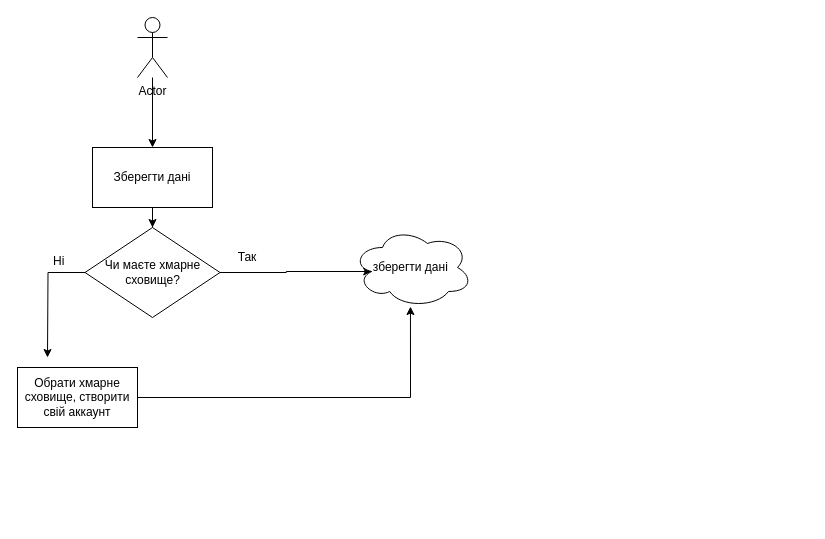
Earlier version of the draw.io diagram Untitled Diagram.drawio (Anna1209z/UML1). Source tidied: cells renumbered, new cells numbered last; positions are measured from the earlier drawing's top-left corner, leaving out a move shared by most shapes. Both pictures are drawn from the tidied source at 100%, with x=0, y=0 at pixel (17, 17).
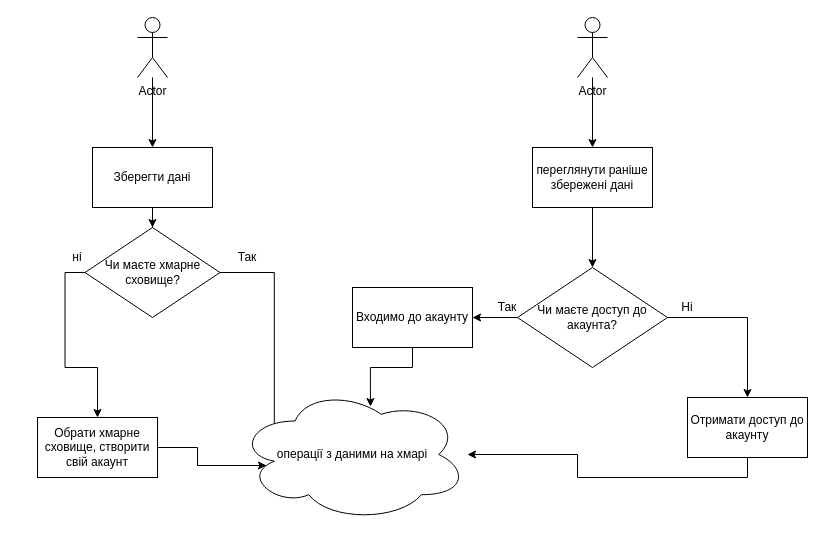
Above is the later version.

Unchanged cells that the change refers to:
```xml
<mxCell id="8" value="Чи маєте хмарне сховище?" style="rhombus;whiteSpace=wrap;html=1;" parent="1" vertex="1">
  <mxGeometry x="67.5" y="210" width="135" height="90" as="geometry" />
</mxCell>
```

Diff of the diagram source:
```diff
@@
-    <mxCell id="6" style="edgeStyle=orthogonalEdgeStyle;rounded=0;jettySize=auto;html=1;" parent="1" edge="1" source="8">
-      <mxGeometry relative="1" as="geometry">
-        <mxPoint x="30" y="340" as="targetPoint" />
-      </mxGeometry>
+    <mxCell id="6" style="edgeStyle=orthogonalEdgeStyle;rounded=0;jettySize=auto;html=1;entryX=0.5;entryY=0;entryDx=0;entryDy=0;exitX=0;exitY=0.5;exitDx=0;exitDy=0;" parent="1" edge="1" source="8" target="12">
+      <mxGeometry relative="1" as="geometry" />
     </mxCell>
@@
-    <mxCell id="9" value="Ні" style="text;strokeColor=none;fillColor=none;align=left;verticalAlign=top;spacingLeft=4;spacingRight=4;overflow=hidden;" parent="1" vertex="1">
-      <mxGeometry x="30" y="230" width="60" height="26" as="geometry" />
-    </mxCell>
@@
-    <mxCell id="11" style="edgeStyle=orthogonalEdgeStyle;rounded=0;jettySize=auto;html=1;entryX=0.483;entryY=0.988;entryDx=0;entryDy=0;entryPerimeter=0;" parent="1" edge="1" source="12" target="13">
+    <mxCell id="11" style="edgeStyle=orthogonalEdgeStyle;rounded=0;jettySize=auto;html=1;entryX=0.126;entryY=0.582;entryDx=0;entryDy=0;entryPerimeter=0;" parent="1" edge="1" source="12" target="13">
       <mxGeometry relative="1" as="geometry" />
     </mxCell>
-    <mxCell id="12" value="Обрати хмарне сховище, створити свій аккаунт" style="rounded=0;whiteSpace=wrap;html=1;" parent="1" vertex="1">
-      <mxGeometry y="350" width="120" height="60" as="geometry" />
+    <mxCell id="12" value="Обрати хмарне сховище, створити свій акаунт" style="rounded=0;whiteSpace=wrap;html=1;" parent="1" vertex="1">
+      <mxGeometry x="20" y="400" width="120" height="60" as="geometry" />
     </mxCell>
-    <mxCell id="13" value="зберегти дані&amp;nbsp;&lt;br&gt;" style="ellipse;shape=cloud;whiteSpace=wrap;html=1;" parent="1" vertex="1">
-      <mxGeometry x="335" y="210" width="120" height="80" as="geometry" />
+    <mxCell id="13" value="операції з даними на хмарі" style="ellipse;shape=cloud;whiteSpace=wrap;html=1;" parent="1" vertex="1">
+      <mxGeometry x="220" y="370" width="230" height="134" as="geometry" />
     </mxCell>
+    <mxCell id="14" style="edgeStyle=orthogonalEdgeStyle;rounded=0;jettySize=auto;html=1;" parent="1" edge="1" source="15" target="17">
+      <mxGeometry relative="1" as="geometry" />
+    </mxCell>
+    <mxCell id="15" value="Actor" style="shape=umlActor;verticalLabelPosition=bottom;verticalAlign=top;html=1;outlineConnect=0;" parent="1" vertex="1">
+      <mxGeometry x="560" width="30" height="60" as="geometry" />
+    </mxCell>
+    <mxCell id="16" style="edgeStyle=orthogonalEdgeStyle;rounded=0;jettySize=auto;html=1;" parent="1" edge="1" source="17" target="20">
+      <mxGeometry relative="1" as="geometry" />
+    </mxCell>
+    <mxCell id="17" value="переглянути раніше збережені дані" style="rounded=0;whiteSpace=wrap;html=1;" parent="1" vertex="1">
+      <mxGeometry x="515" y="130" width="120" height="60" as="geometry" />
+    </mxCell>
+    <mxCell id="18" style="edgeStyle=orthogonalEdgeStyle;rounded=0;jettySize=auto;html=1;" parent="1" edge="1" source="20" target="23">
+      <mxGeometry relative="1" as="geometry">
+        <Array as="points">
+          <mxPoint x="420" y="300" />
+        </Array>
+      </mxGeometry>
+    </mxCell>
+    <mxCell id="19" style="edgeStyle=orthogonalEdgeStyle;rounded=0;jettySize=auto;html=1;exitX=1;exitY=0.5;exitDx=0;exitDy=0;entryX=0.5;entryY=0;entryDx=0;entryDy=0;" parent="1" edge="1" source="20" target="26">
+      <mxGeometry relative="1" as="geometry" />
+    </mxCell>
+    <mxCell id="20" value="Чи маєте доступ до акаунта?" style="rhombus;whiteSpace=wrap;html=1;" parent="1" vertex="1">
+      <mxGeometry x="500" y="250" width="150" height="100" as="geometry" />
+    </mxCell>
+    <mxCell id="21" value="ні" style="text;html=1;strokeColor=none;fillColor=none;align=center;verticalAlign=middle;whiteSpace=wrap;rounded=0;" parent="1" vertex="1">
+      <mxGeometry x="40" y="230" width="40" height="20" as="geometry" />
+    </mxCell>
+    <mxCell id="22" style="edgeStyle=orthogonalEdgeStyle;rounded=0;jettySize=auto;html=1;entryX=0.578;entryY=0.142;entryDx=0;entryDy=0;entryPerimeter=0;" parent="1" edge="1" source="23" target="13">
+      <mxGeometry relative="1" as="geometry" />
+    </mxCell>
+    <mxCell id="23" value="Входимо до акаунту" style="rounded=0;whiteSpace=wrap;html=1;" parent="1" vertex="1">
+      <mxGeometry x="335" y="270" width="120" height="60" as="geometry" />
+    </mxCell>
+    <mxCell id="24" value="Так" style="text;html=1;strokeColor=none;fillColor=none;align=center;verticalAlign=middle;whiteSpace=wrap;rounded=0;" parent="1" vertex="1">
+      <mxGeometry x="470" y="280" width="40" height="20" as="geometry" />
+    </mxCell>
+    <mxCell id="25" style="edgeStyle=orthogonalEdgeStyle;rounded=0;jettySize=auto;html=1;exitX=0.5;exitY=1;exitDx=0;exitDy=0;" parent="1" edge="1" source="26" target="13">
+      <mxGeometry relative="1" as="geometry" />
+    </mxCell>
+    <mxCell id="26" value="Отримати доступ до акаунту" style="rounded=0;whiteSpace=wrap;html=1;" parent="1" vertex="1">
+      <mxGeometry x="670" y="380" width="120" height="60" as="geometry" />
+    </mxCell>
+    <mxCell id="9" value="Ні" style="text;html=1;strokeColor=none;fillColor=none;align=center;verticalAlign=middle;whiteSpace=wrap;rounded=0;" parent="1" vertex="1">
+      <mxGeometry x="650" y="280" width="40" height="20" as="geometry" />
+    </mxCell>
```
